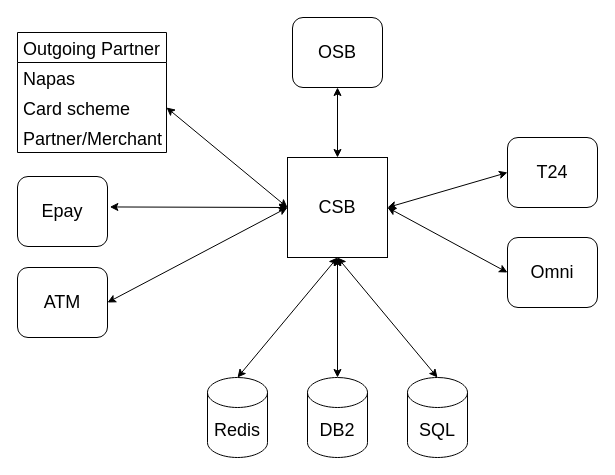
The draw.io diagram page "CSBClouter" (1 of 7) of Untitled Diagram.drawio in locphu95/doAnTotNghiep, before the edit. Source tidied: cells renumbered, new cells numbered last; positions are measured from the earlier drawing's top-left corner, leaving out a move shared by most shapes. Both pictures are drawn from the tidied source at 100%, with x=0, y=0 at pixel (17, 17).
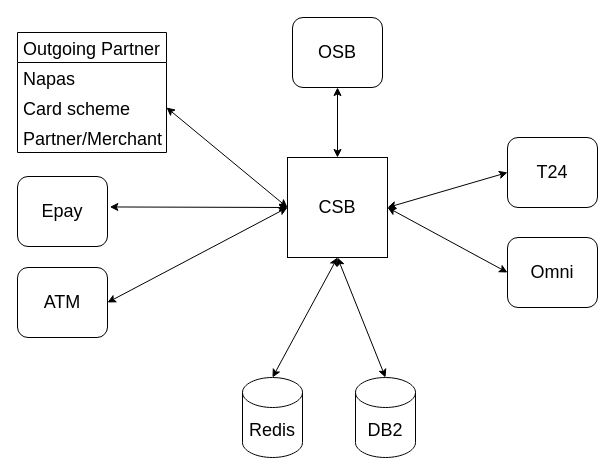
Above is the later version.

The change refers to these unchanged cells:
```xml
<mxCell id="2" value="&lt;font style=&quot;font-size: 18px&quot;&gt;CSB&lt;/font&gt;" style="whiteSpace=wrap;html=1;" parent="1" vertex="1">
  <mxGeometry x="270" y="140" width="100" height="100" as="geometry" />
</mxCell>
```

What changed in the source:
```diff
@@
     <mxCell id="11" value="DB2" style="shape=cylinder3;whiteSpace=wrap;html=1;boundedLbl=1;backgroundOutline=1;size=15;fontSize=18;" parent="1" vertex="1">
-      <mxGeometry x="290" y="360" width="60" height="80" as="geometry" />
+      <mxGeometry x="338" y="360" width="60" height="80" as="geometry" />
     </mxCell>
-    <mxCell id="12" value="SQL" style="shape=cylinder3;whiteSpace=wrap;html=1;boundedLbl=1;backgroundOutline=1;size=15;fontSize=18;" parent="1" vertex="1">
-      <mxGeometry x="390" y="360" width="60" height="80" as="geometry" />
-    </mxCell>
     <mxCell id="13" value="Redis" style="shape=cylinder3;whiteSpace=wrap;html=1;boundedLbl=1;backgroundOutline=1;size=15;fontSize=18;" parent="1" vertex="1">
-      <mxGeometry x="190" y="360" width="60" height="80" as="geometry" />
+      <mxGeometry x="225" y="360" width="60" height="80" as="geometry" />
     </mxCell>
@@
-    <mxCell id="16" style="endArrow=classic;startArrow=classic;html=1;rounded=0;fontSize=18;exitX=0.5;exitY=0;exitDx=0;exitDy=0;exitPerimeter=0;entryX=0.5;entryY=1;entryDx=0;entryDy=0;" parent="1" edge="1" source="12" target="2">
-      <mxGeometry relative="1" as="geometry" />
-    </mxCell>
-    <mxCell id="17" style="endArrow=classic;startArrow=classic;html=1;rounded=0;fontSize=18;entryX=0.5;entryY=1;entryDx=0;entryDy=0;" parent="1" edge="1" source="11" target="2">
+    <mxCell id="17" style="endArrow=classic;startArrow=classic;html=1;rounded=0;fontSize=18;entryX=0.5;entryY=1;entryDx=0;entryDy=0;exitX=0.5;exitY=0;exitDx=0;exitDy=0;exitPerimeter=0;" parent="1" edge="1" source="11" target="2">
       <mxGeometry relative="1" as="geometry" />
     </mxCell>
```
